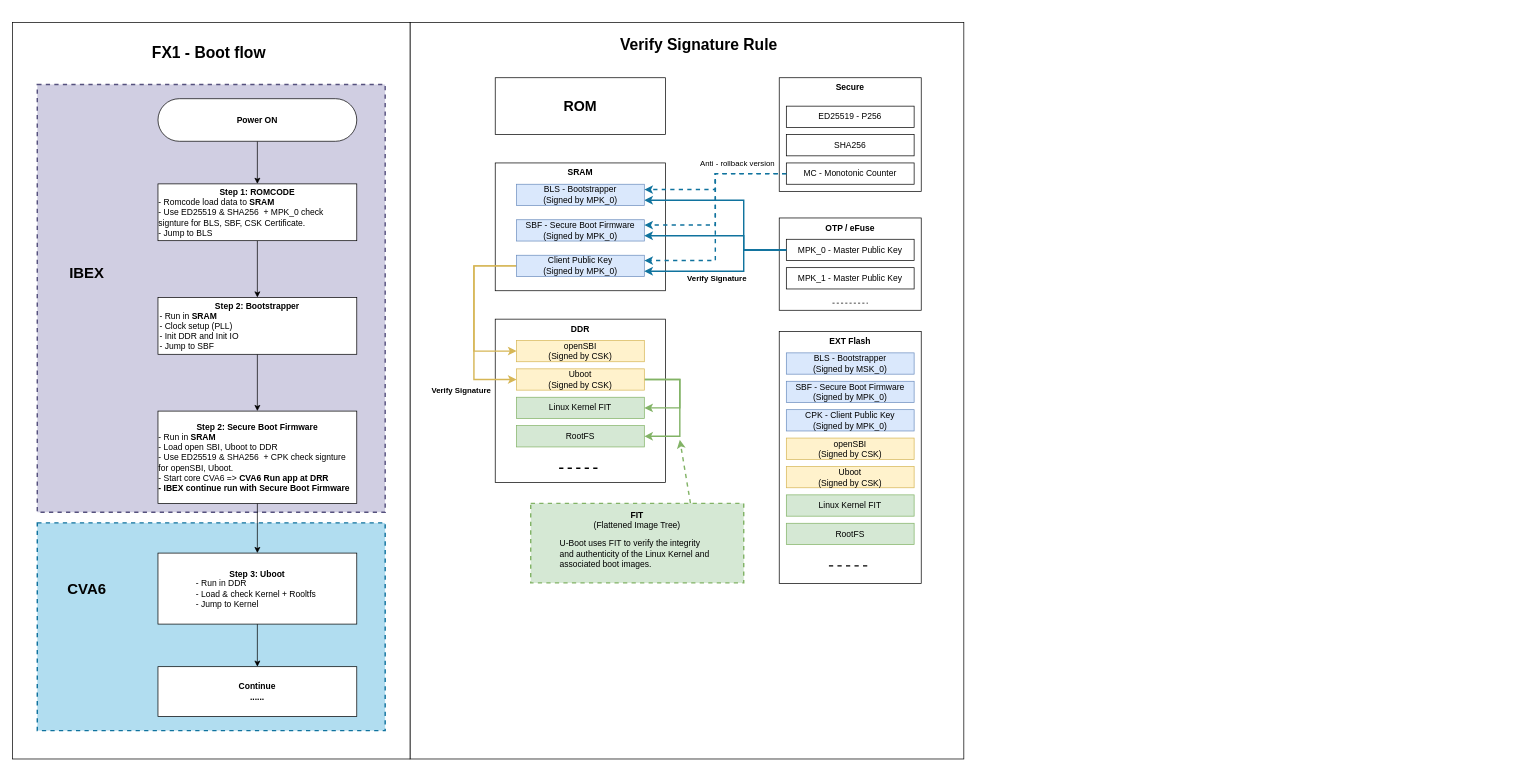
This is Fx1_diagram/Fx1_diagram.drawio from QuocBuu/drawio, a draw.io file, before an edit. Source tidied: cells renumbered, new cells numbered last; positions are measured from the earlier drawing's top-left corner, leaving out a move shared by most shapes. Both pictures are drawn from the tidied source at 71%, with x=0, y=0 at pixel (12, 22).
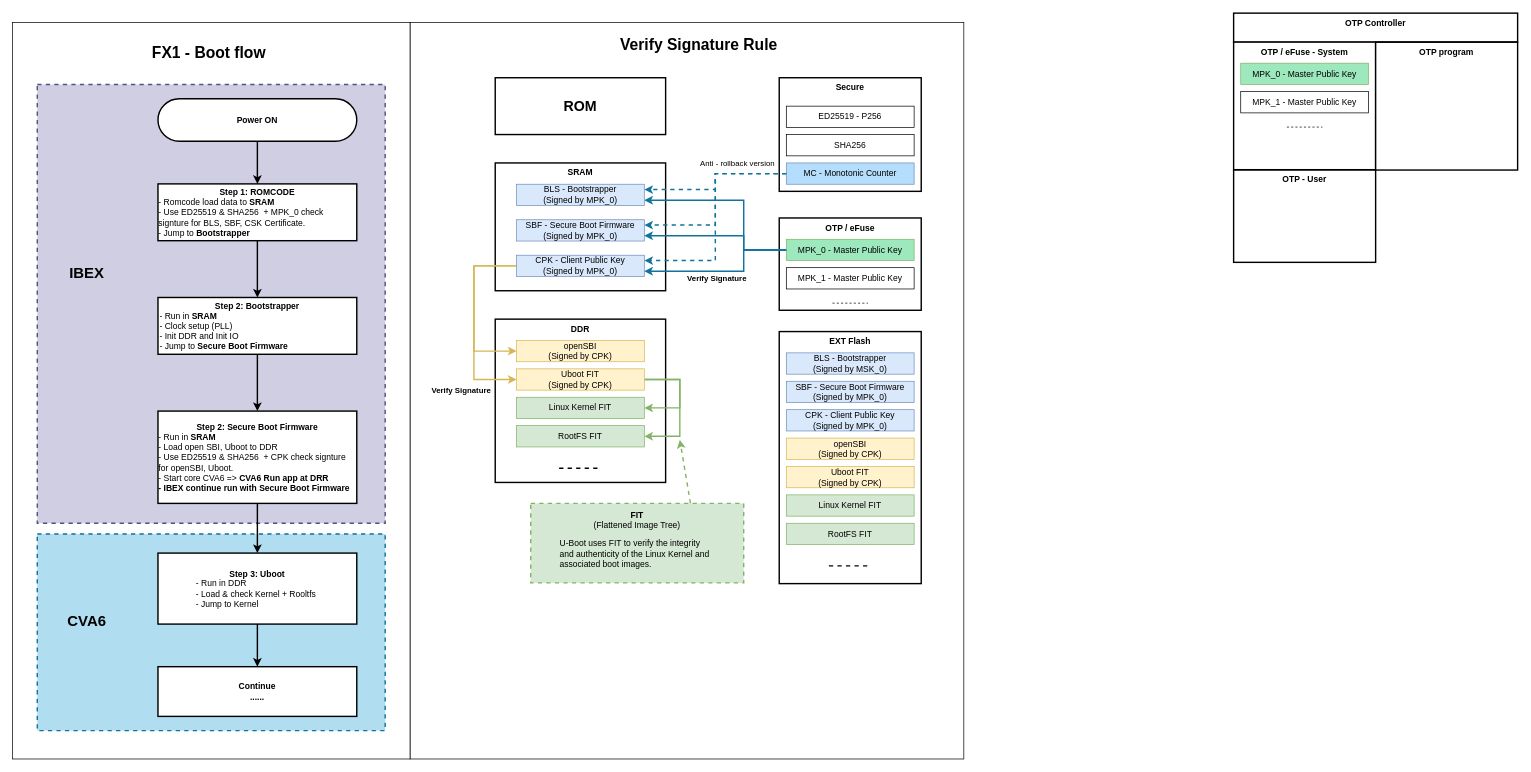
After the change.

Diff of the diagram source:
```diff
@@
-    <mxCell id="4" value="&lt;b&gt;DDR&lt;/b&gt;" style="rounded=0;whiteSpace=wrap;html=1;verticalAlign=top;" parent="1" vertex="1">
+    <mxCell id="4" value="&lt;b&gt;DDR&lt;/b&gt;" style="rounded=0;whiteSpace=wrap;html=1;verticalAlign=top;strokeWidth=2;" parent="1" vertex="1">
       <mxGeometry x="680" y="418" width="240" height="230" as="geometry" />
     </mxCell>
     <mxCell id="5" style="rounded=0;whiteSpace=wrap;html=1;dashed=1;strokeWidth=2;fillColor=#b1ddf0;strokeColor=#10739e;" parent="1" vertex="1">
-      <mxGeometry x="35" y="705" width="490" height="292.5" as="geometry" />
+      <mxGeometry x="35" y="720.5" width="490" height="277" as="geometry" />
     </mxCell>
     <mxCell id="6" style="rounded=0;whiteSpace=wrap;html=1;dashed=1;strokeWidth=2;fillColor=#d0cee2;strokeColor=#56517e;" parent="1" vertex="1">
-      <mxGeometry x="35" y="87.5" width="490" height="602.5" as="geometry" />
+      <mxGeometry x="35" y="87.5" width="490" height="618" as="geometry" />
     </mxCell>
-    <mxCell id="7" value="&lt;b&gt;&lt;font style=&quot;font-size: 20px;&quot;&gt;ROM&lt;/font&gt;&lt;/b&gt;" style="rounded=0;whiteSpace=wrap;html=1;" parent="1" vertex="1">
+    <mxCell id="7" value="&lt;b&gt;&lt;font style=&quot;font-size: 20px;&quot;&gt;ROM&lt;/font&gt;&lt;/b&gt;" style="rounded=0;whiteSpace=wrap;html=1;strokeWidth=2;" parent="1" vertex="1">
       <mxGeometry x="680" y="78" width="240" height="80" as="geometry" />
     </mxCell>
-    <mxCell id="8" value="&lt;b&gt;SRAM&lt;/b&gt;" style="rounded=0;whiteSpace=wrap;html=1;verticalAlign=top;" parent="1" vertex="1">
+    <mxCell id="8" value="&lt;b&gt;SRAM&lt;/b&gt;" style="rounded=0;whiteSpace=wrap;html=1;verticalAlign=top;strokeWidth=2;" parent="1" vertex="1">
       <mxGeometry x="680" y="198" width="240" height="180" as="geometry" />
     </mxCell>
-    <mxCell id="9" value="&lt;div style=&quot;&quot;&gt;&lt;span style=&quot;background-color: transparent; color: light-dark(#000000, var(--ge-light-color, #ffffff));&quot;&gt;&lt;b&gt;EXT Flash&lt;/b&gt;&lt;/span&gt;&lt;/div&gt;" style="rounded=0;whiteSpace=wrap;html=1;align=center;verticalAlign=top;" parent="1" vertex="1">
+    <mxCell id="9" value="&lt;div style=&quot;&quot;&gt;&lt;span style=&quot;background-color: transparent; color: light-dark(#000000, var(--ge-light-color, #ffffff));&quot;&gt;&lt;b&gt;EXT Flash&lt;/b&gt;&lt;/span&gt;&lt;/div&gt;" style="rounded=0;whiteSpace=wrap;html=1;align=center;verticalAlign=top;strokeWidth=2;" parent="1" vertex="1">
       <mxGeometry x="1080" y="435.5" width="200" height="355" as="geometry" />
     </mxCell>
-    <mxCell id="10" value="&lt;div style=&quot;&quot;&gt;&lt;b&gt;OTP / eFuse&lt;/b&gt;&lt;/div&gt;" style="rounded=0;whiteSpace=wrap;html=1;align=center;verticalAlign=top;" parent="1" vertex="1">
+    <mxCell id="10" value="&lt;div style=&quot;&quot;&gt;&lt;b&gt;OTP / eFuse&lt;/b&gt;&lt;/div&gt;" style="rounded=0;whiteSpace=wrap;html=1;align=center;verticalAlign=top;strokeWidth=2;" parent="1" vertex="1">
       <mxGeometry x="1080" y="275.5" width="200" height="130" as="geometry" />
     </mxCell>
@@
-    <mxCell id="12" value="MPK_0 - Master Public Key" style="rounded=0;whiteSpace=wrap;html=1;" parent="1" vertex="1">
+    <mxCell id="12" value="MPK_0 - Master Public Key" style="rounded=0;whiteSpace=wrap;html=1;fillColor=#9DE8BD;strokeColor=#82b366;" parent="1" vertex="1">
       <mxGeometry x="1090" y="305.5" width="180" height="30" as="geometry" />
     </mxCell>
@@
-    <mxCell id="16" value="openSBI &lt;br&gt;&lt;span style=&quot;background-color: transparent;&quot;&gt;(&lt;/span&gt;Signed by CSK&lt;span style=&quot;background-color: transparent;&quot;&gt;)&lt;/span&gt;" style="rounded=0;whiteSpace=wrap;html=1;fillColor=#fff2cc;strokeColor=#d6b656;" parent="1" vertex="1">
+    <mxCell id="16" value="openSBI &lt;br&gt;&lt;span style=&quot;background-color: transparent;&quot;&gt;(&lt;/span&gt;Signed by CPK&lt;span style=&quot;background-color: transparent;&quot;&gt;)&lt;/span&gt;" style="rounded=0;whiteSpace=wrap;html=1;fillColor=#fff2cc;strokeColor=#d6b656;" parent="1" vertex="1">
       <mxGeometry x="1090" y="585.5" width="180" height="30" as="geometry" />
     </mxCell>
-    <mxCell id="17" value="&lt;div style=&quot;&quot;&gt;&lt;b&gt;Secure&lt;/b&gt;&lt;/div&gt;" style="rounded=0;whiteSpace=wrap;html=1;align=center;verticalAlign=top;" parent="1" vertex="1">
+    <mxCell id="17" value="&lt;div style=&quot;&quot;&gt;&lt;b&gt;Secure&lt;/b&gt;&lt;/div&gt;" style="rounded=0;whiteSpace=wrap;html=1;align=center;verticalAlign=top;strokeWidth=2;" parent="1" vertex="1">
       <mxGeometry x="1080" y="78" width="200" height="160" as="geometry" />
     </mxCell>
@@
-    <mxCell id="21" value="Uboot&lt;br&gt;&lt;span style=&quot;background-color: transparent;&quot;&gt;(&lt;/span&gt;Signed by CSK&lt;span style=&quot;background-color: transparent;&quot;&gt;)&lt;/span&gt;" style="rounded=0;whiteSpace=wrap;html=1;fillColor=#fff2cc;strokeColor=#d6b656;" parent="1" vertex="1">
+    <mxCell id="21" value="Uboot FIT&lt;br&gt;&lt;span style=&quot;background-color: transparent;&quot;&gt;(&lt;/span&gt;Signed by CPK&lt;span style=&quot;background-color: transparent;&quot;&gt;)&lt;/span&gt;" style="rounded=0;whiteSpace=wrap;html=1;fillColor=#fff2cc;strokeColor=#d6b656;" parent="1" vertex="1">
       <mxGeometry x="1090" y="625.5" width="180" height="30" as="geometry" />
     </mxCell>
@@
-    <mxCell id="24" value="RootFS" style="rounded=0;whiteSpace=wrap;html=1;fillColor=#d5e8d4;strokeColor=#82b366;" parent="1" vertex="1">
+    <mxCell id="24" value="RootFS FIT" style="rounded=0;whiteSpace=wrap;html=1;fillColor=#d5e8d4;strokeColor=#82b366;" parent="1" vertex="1">
       <mxGeometry x="1090" y="705.5" width="180" height="30" as="geometry" />
     </mxCell>
@@
-    <mxCell id="29" value="Client Public Key&lt;span style=&quot;background-color: transparent; color: light-dark(#000000, var(--ge-light-color, #ffffff));&quot;&gt;&lt;br&gt;(&lt;/span&gt;Signed by MPK_0&lt;span style=&quot;background-color: transparent; color: light-dark(#000000, var(--ge-light-color, #ffffff));&quot;&gt;)&lt;/span&gt;" style="rounded=0;whiteSpace=wrap;html=1;fillColor=#dae8fc;strokeColor=#6c8ebf;" parent="1" vertex="1">
+    <mxCell id="29" value="CPK - Client Public Key&lt;span style=&quot;background-color: transparent; color: light-dark(#000000, var(--ge-light-color, #ffffff));&quot;&gt;&lt;br&gt;(&lt;/span&gt;Signed by MPK_0&lt;span style=&quot;background-color: transparent; color: light-dark(#000000, var(--ge-light-color, #ffffff));&quot;&gt;)&lt;/span&gt;" style="rounded=0;whiteSpace=wrap;html=1;fillColor=#dae8fc;strokeColor=#6c8ebf;" parent="1" vertex="1">
       <mxGeometry x="710" y="328" width="180" height="30" as="geometry" />
     </mxCell>
-    <mxCell id="30" style="edgeStyle=orthogonalEdgeStyle;rounded=0;jettySize=auto;html=1;defaultLabelBackgroundColor=page;labelPadding=0 4;" parent="1" edge="1" source="31" target="35">
+    <mxCell id="30" style="edgeStyle=orthogonalEdgeStyle;rounded=0;jettySize=auto;html=1;defaultLabelBackgroundColor=page;labelPadding=0 4;strokeWidth=2;" parent="1" edge="1" source="31" target="35">
       <mxGeometry relative="1" as="geometry" />
     </mxCell>
-    <mxCell id="31" value="&lt;b&gt;Step 1: ROMCODE&lt;br&gt;&lt;/b&gt;&lt;div style=&quot;text-align: left;&quot;&gt;&lt;span style=&quot;background-color: transparent; color: light-dark(#000000, var(--ge-light-color, #ffffff));&quot;&gt;- Romcode load data to &lt;b&gt;SRAM&lt;/b&gt;&lt;/span&gt;&lt;/div&gt;&lt;div style=&quot;text-align: left;&quot;&gt;&lt;span style=&quot;background-color: transparent; color: light-dark(#000000, var(--ge-light-color, #ffffff));&quot;&gt;- Use ED25519 &amp;amp; SHA256&amp;nbsp; + MPK_0 check signture for BLS, SBF, CSK&amp;nbsp;&lt;/span&gt;&lt;span style=&quot;background-color: transparent; color: light-dark(#000000, var(--ge-light-color, #ffffff)); text-align: center;&quot;&gt;Certificate.&amp;nbsp;&lt;br&gt;- Jump to BLS&lt;/span&gt;&lt;/div&gt;" style="rounded=0;whiteSpace=wrap;html=1;" parent="1" vertex="1">
+    <mxCell id="31" value="&lt;b&gt;Step 1: ROMCODE&lt;br&gt;&lt;/b&gt;&lt;div style=&quot;text-align: left;&quot;&gt;&lt;span style=&quot;background-color: transparent; color: light-dark(#000000, var(--ge-light-color, #ffffff));&quot;&gt;- Romcode load data to &lt;b&gt;SRAM&lt;/b&gt;&lt;/span&gt;&lt;/div&gt;&lt;div style=&quot;text-align: left;&quot;&gt;&lt;span style=&quot;background-color: transparent; color: light-dark(#000000, var(--ge-light-color, #ffffff));&quot;&gt;- Use ED25519 &amp;amp; SHA256&amp;nbsp; + MPK_0 check signture for BLS, SBF, CSK&amp;nbsp;&lt;/span&gt;&lt;span style=&quot;background-color: transparent; color: light-dark(#000000, var(--ge-light-color, #ffffff)); text-align: center;&quot;&gt;Certificate.&amp;nbsp;&lt;br&gt;- Jump to&amp;nbsp;&lt;/span&gt;&lt;span style=&quot;background-color: transparent; text-align: center;&quot;&gt;&lt;b&gt;Bootstrapper&lt;/b&gt;&lt;/span&gt;&lt;/div&gt;" style="rounded=0;whiteSpace=wrap;html=1;strokeWidth=2;" parent="1" vertex="1">
       <mxGeometry x="205" y="227.5" width="280" height="80" as="geometry" />
     </mxCell>
-    <mxCell id="32" style="edgeStyle=orthogonalEdgeStyle;rounded=0;jettySize=auto;html=1;defaultLabelBackgroundColor=page;labelPadding=0 4;" parent="1" edge="1" source="33" target="31">
+    <mxCell id="32" style="edgeStyle=orthogonalEdgeStyle;rounded=0;jettySize=auto;html=1;defaultLabelBackgroundColor=page;labelPadding=0 4;strokeWidth=2;" parent="1" edge="1" source="33" target="31">
       <mxGeometry relative="1" as="geometry" />
     </mxCell>
-    <mxCell id="33" value="&lt;b&gt;Power ON&lt;/b&gt;" style="rounded=1;whiteSpace=wrap;html=1;roundedPerimeter=1;arcSize=50;" parent="1" vertex="1">
+    <mxCell id="33" value="&lt;b&gt;Power ON&lt;/b&gt;" style="rounded=1;whiteSpace=wrap;html=1;roundedPerimeter=1;arcSize=50;strokeWidth=2;" parent="1" vertex="1">
       <mxGeometry x="205" y="107.5" width="280" height="60" as="geometry" />
     </mxCell>
-    <mxCell id="34" style="edgeStyle=orthogonalEdgeStyle;rounded=0;jettySize=auto;html=1;defaultLabelBackgroundColor=page;labelPadding=0 4;" parent="1" edge="1" source="35" target="37">
+    <mxCell id="34" style="edgeStyle=orthogonalEdgeStyle;rounded=0;jettySize=auto;html=1;defaultLabelBackgroundColor=page;labelPadding=0 4;strokeWidth=2;" parent="1" edge="1" source="35" target="37">
       <mxGeometry relative="1" as="geometry" />
     </mxCell>
-    <mxCell id="35" value="&lt;b&gt;Step 2: Bootstrapper&lt;/b&gt;&lt;br&gt;&lt;div style=&quot;text-align: left;&quot;&gt;&lt;span style=&quot;background-color: transparent; color: light-dark(#000000, var(--ge-light-color, #ffffff));&quot;&gt;- Run in &lt;b&gt;SRAM&lt;/b&gt;&lt;/span&gt;&lt;br&gt;&lt;span style=&quot;background-color: transparent; color: light-dark(#000000, var(--ge-light-color, #ffffff));&quot;&gt;- Clock setup (PLL)&lt;/span&gt;&lt;br&gt;&lt;span style=&quot;background-color: transparent; color: light-dark(#000000, var(--ge-light-color, #ffffff));&quot;&gt;- Init DDR and Init IO&amp;nbsp; &amp;nbsp; &amp;nbsp; &amp;nbsp; &amp;nbsp; &amp;nbsp; &amp;nbsp; &amp;nbsp; &amp;nbsp; &amp;nbsp; &amp;nbsp; &amp;nbsp; &amp;nbsp; &amp;nbsp; &amp;nbsp; &amp;nbsp; &amp;nbsp; &amp;nbsp; &amp;nbsp; &amp;nbsp; &amp;nbsp; &amp;nbsp; &amp;nbsp; &amp;nbsp; &amp;nbsp;&lt;/span&gt;&lt;br&gt;&lt;span style=&quot;background-color: transparent; color: light-dark(#000000, var(--ge-light-color, #ffffff));&quot;&gt;- Jump to SBF&lt;/span&gt;&lt;/div&gt;" style="rounded=0;whiteSpace=wrap;html=1;" parent="1" vertex="1">
+    <mxCell id="35" value="&lt;b&gt;Step 2: Bootstrapper&lt;/b&gt;&lt;br&gt;&lt;div style=&quot;text-align: left;&quot;&gt;&lt;span style=&quot;background-color: transparent; color: light-dark(#000000, var(--ge-light-color, #ffffff));&quot;&gt;- Run in &lt;b&gt;SRAM&lt;/b&gt;&lt;/span&gt;&lt;br&gt;&lt;span style=&quot;background-color: transparent; color: light-dark(#000000, var(--ge-light-color, #ffffff));&quot;&gt;- Clock setup (PLL)&lt;/span&gt;&lt;br&gt;&lt;span style=&quot;background-color: transparent; color: light-dark(#000000, var(--ge-light-color, #ffffff));&quot;&gt;- Init DDR and Init IO&amp;nbsp; &amp;nbsp; &amp;nbsp; &amp;nbsp; &amp;nbsp; &amp;nbsp; &amp;nbsp; &amp;nbsp; &amp;nbsp; &amp;nbsp; &amp;nbsp; &amp;nbsp; &amp;nbsp; &amp;nbsp; &amp;nbsp; &amp;nbsp; &amp;nbsp; &amp;nbsp; &amp;nbsp; &amp;nbsp; &amp;nbsp; &amp;nbsp; &amp;nbsp; &amp;nbsp; &amp;nbsp;&lt;/span&gt;&lt;br&gt;&lt;span style=&quot;background-color: transparent; color: light-dark(#000000, var(--ge-light-color, #ffffff));&quot;&gt;- Jump to&amp;nbsp;&lt;/span&gt;&lt;span style=&quot;background-color: transparent; text-align: center;&quot;&gt;&lt;b&gt;Secure Boot Firmware&lt;/b&gt;&lt;/span&gt;&lt;/div&gt;" style="rounded=0;whiteSpace=wrap;html=1;strokeWidth=2;" parent="1" vertex="1">
       <mxGeometry x="205" y="387.5" width="280" height="80" as="geometry" />
     </mxCell>
-    <mxCell id="36" style="edgeStyle=orthogonalEdgeStyle;rounded=0;jettySize=auto;html=1;defaultLabelBackgroundColor=page;labelPadding=0 4;" parent="1" edge="1" source="37" target="40">
+    <mxCell id="36" style="edgeStyle=orthogonalEdgeStyle;rounded=0;jettySize=auto;html=1;defaultLabelBackgroundColor=page;labelPadding=0 4;strokeWidth=2;" parent="1" edge="1" source="37" target="40">
       <mxGeometry relative="1" as="geometry" />
     </mxCell>
-    <mxCell id="37" value="&lt;b&gt;Step 2: Secure Boot Firmware&lt;/b&gt;&lt;div&gt;&lt;div style=&quot;text-align: left;&quot;&gt;- Run in &lt;b&gt;SRAM&lt;/b&gt;&lt;br&gt;- Load open SBI, Uboot to DDR&lt;br&gt;-&amp;nbsp;&lt;span style=&quot;background-color: transparent; color: light-dark(#000000, var(--ge-light-color, #ffffff));&quot;&gt;Use ED25519 &amp;amp; SHA256&amp;nbsp; + CPK check&amp;nbsp;&lt;/span&gt;signture &lt;span style=&quot;background-color: transparent; color: light-dark(#000000, var(--ge-light-color, #ffffff));&quot;&gt;for openSBI, Uboot.&lt;br&gt;- Start core CVA6 =&amp;gt; &lt;b&gt;CVA6 Run app at DRR&lt;/b&gt;&lt;br&gt;&lt;b&gt;- IBEX continue run with&amp;nbsp;&lt;/b&gt;&lt;/span&gt;&lt;b style=&quot;background-color: transparent; color: light-dark(#000000, var(--ge-light-color, #ffffff)); text-align: center;&quot;&gt;Secure Boot Firmware&lt;/b&gt;&lt;/div&gt;&lt;/div&gt;" style="rounded=0;whiteSpace=wrap;html=1;" parent="1" vertex="1">
+    <mxCell id="37" value="&lt;b&gt;Step 2: Secure Boot Firmware&lt;/b&gt;&lt;div&gt;&lt;div style=&quot;text-align: left;&quot;&gt;- Run in &lt;b&gt;SRAM&lt;/b&gt;&lt;br&gt;- Load open SBI, Uboot to DDR&lt;br&gt;-&amp;nbsp;&lt;span style=&quot;background-color: transparent; color: light-dark(#000000, var(--ge-light-color, #ffffff));&quot;&gt;Use ED25519 &amp;amp; SHA256&amp;nbsp; + CPK check&amp;nbsp;&lt;/span&gt;signture &lt;span style=&quot;background-color: transparent; color: light-dark(#000000, var(--ge-light-color, #ffffff));&quot;&gt;for openSBI, Uboot.&lt;br&gt;- Start core CVA6 =&amp;gt; &lt;b&gt;CVA6 Run app at DRR&lt;/b&gt;&lt;br&gt;&lt;b&gt;- IBEX continue run with&amp;nbsp;&lt;/b&gt;&lt;/span&gt;&lt;b style=&quot;background-color: transparent; color: light-dark(#000000, var(--ge-light-color, #ffffff)); text-align: center;&quot;&gt;Secure Boot Firmware&lt;/b&gt;&lt;/div&gt;&lt;/div&gt;" style="rounded=0;whiteSpace=wrap;html=1;strokeWidth=2;" parent="1" vertex="1">
       <mxGeometry x="205" y="547.5" width="280" height="130" as="geometry" />
     </mxCell>
@@
-    <mxCell id="39" style="edgeStyle=orthogonalEdgeStyle;rounded=0;jettySize=auto;html=1;defaultLabelBackgroundColor=page;labelPadding=0 4;" parent="1" edge="1" source="40" target="42">
+    <mxCell id="39" style="edgeStyle=orthogonalEdgeStyle;rounded=0;jettySize=auto;html=1;defaultLabelBackgroundColor=page;labelPadding=0 4;strokeWidth=2;" parent="1" edge="1" source="40" target="42">
       <mxGeometry relative="1" as="geometry" />
     </mxCell>
-    <mxCell id="40" value="&lt;b&gt;Step 3: Uboot&lt;/b&gt;&lt;div&gt;&lt;div style=&quot;text-align: left;&quot;&gt;- Run in DDR&lt;br&gt;- Load &amp;amp; check Kernel + Rooltfs&amp;nbsp;&lt;br&gt;- Jump to Kernel&lt;/div&gt;&lt;/div&gt;" style="rounded=0;whiteSpace=wrap;html=1;" parent="1" vertex="1">
+    <mxCell id="40" value="&lt;b&gt;Step 3: Uboot&lt;/b&gt;&lt;div&gt;&lt;div style=&quot;text-align: left;&quot;&gt;- Run in DDR&lt;br&gt;- Load &amp;amp; check Kernel + Rooltfs&amp;nbsp;&lt;br&gt;- Jump to Kernel&lt;/div&gt;&lt;/div&gt;" style="rounded=0;whiteSpace=wrap;html=1;strokeWidth=2;" parent="1" vertex="1">
       <mxGeometry x="205" y="747.5" width="280" height="100" as="geometry" />
     </mxCell>
     <mxCell id="41" value="&lt;span style=&quot;font-size: 21px;&quot;&gt;&lt;b&gt;CVA6&lt;/b&gt;&lt;/span&gt;" style="text;html=1;whiteSpace=wrap;strokeColor=none;fillColor=none;align=center;verticalAlign=middle;rounded=0;" parent="1" vertex="1">
-      <mxGeometry x="75" y="782.5" width="60" height="30" as="geometry" />
+      <mxGeometry x="75" y="828" width="60" height="30" as="geometry" />
     </mxCell>
-    <mxCell id="42" value="&lt;b&gt;Continue&lt;br&gt;......&lt;/b&gt;" style="rounded=0;whiteSpace=wrap;html=1;" parent="1" vertex="1">
+    <mxCell id="42" value="&lt;b&gt;Continue&lt;br&gt;......&lt;/b&gt;" style="rounded=0;whiteSpace=wrap;html=1;strokeWidth=2;" parent="1" vertex="1">
       <mxGeometry x="205" y="907.5" width="280" height="70" as="geometry" />
     </mxCell>
-    <mxCell id="43" value="openSBI &lt;br&gt;&lt;span style=&quot;background-color: transparent;&quot;&gt;(&lt;/span&gt;Signed by CSK&lt;span style=&quot;background-color: transparent;&quot;&gt;)&lt;/span&gt;" style="rounded=0;whiteSpace=wrap;html=1;fillColor=#fff2cc;strokeColor=#d6b656;" parent="1" vertex="1">
+    <mxCell id="43" value="openSBI &lt;br&gt;&lt;span style=&quot;background-color: transparent;&quot;&gt;(&lt;/span&gt;Signed by CPK&lt;span style=&quot;background-color: transparent;&quot;&gt;)&lt;/span&gt;" style="rounded=0;whiteSpace=wrap;html=1;fillColor=#fff2cc;strokeColor=#d6b656;" parent="1" vertex="1">
       <mxGeometry x="710" y="448" width="180" height="30" as="geometry" />
     </mxCell>
@@
-    <mxCell id="46" value="Uboot&lt;br&gt;&lt;span style=&quot;background-color: transparent;&quot;&gt;(&lt;/span&gt;Signed by CSK&lt;span style=&quot;background-color: transparent;&quot;&gt;)&lt;/span&gt;" style="rounded=0;whiteSpace=wrap;html=1;fillColor=#fff2cc;strokeColor=#d6b656;" parent="1" vertex="1">
+    <mxCell id="46" value="Uboot FIT&lt;br&gt;&lt;span style=&quot;background-color: transparent;&quot;&gt;(&lt;/span&gt;Signed by CPK&lt;span style=&quot;background-color: transparent;&quot;&gt;)&lt;/span&gt;" style="rounded=0;whiteSpace=wrap;html=1;fillColor=#fff2cc;strokeColor=#d6b656;" parent="1" vertex="1">
       <mxGeometry x="710" y="488" width="180" height="30" as="geometry" />
     </mxCell>
@@
-    <mxCell id="48" value="RootFS" style="rounded=0;whiteSpace=wrap;html=1;fillColor=#d5e8d4;strokeColor=#82b366;" parent="1" vertex="1">
+    <mxCell id="48" value="RootFS FIT" style="rounded=0;whiteSpace=wrap;html=1;fillColor=#d5e8d4;strokeColor=#82b366;" parent="1" vertex="1">
       <mxGeometry x="710" y="568" width="180" height="30" as="geometry" />
     </mxCell>
@@
-    <mxCell id="52" value="MC -&amp;nbsp;Monotonic Counter" style="rounded=0;whiteSpace=wrap;html=1;" parent="1" vertex="1">
+    <mxCell id="52" value="MC -&amp;nbsp;Monotonic Counter" style="rounded=0;whiteSpace=wrap;html=1;fillColor=#B5DDFC;strokeColor=#6c8ebf;" parent="1" vertex="1">
       <mxGeometry x="1090" y="198" width="180" height="30" as="geometry" />
     </mxCell>
@@
+    <mxCell id="64" value="&lt;div style=&quot;&quot;&gt;&lt;b&gt;OTP / eFuse - System&lt;/b&gt;&lt;/div&gt;" style="rounded=0;whiteSpace=wrap;html=1;align=center;verticalAlign=top;strokeWidth=2;" parent="1" vertex="1">
+      <mxGeometry x="1720" y="27.5" width="200" height="180" as="geometry" />
+    </mxCell>
+    <mxCell id="65" value="MPK_0 - Master Public Key" style="rounded=0;whiteSpace=wrap;html=1;fillColor=#9DE8BD;strokeColor=#82b366;" parent="1" vertex="1">
+      <mxGeometry x="1730" y="57.5" width="180" height="30" as="geometry" />
+    </mxCell>
+    <mxCell id="66" value="MPK_1 - Master Public Key" style="rounded=0;whiteSpace=wrap;html=1;" parent="1" vertex="1">
+      <mxGeometry x="1730" y="97.5" width="180" height="30" as="geometry" />
+    </mxCell>
+    <mxCell id="67" style="endArrow=none;dashed=1;html=1;rounded=0;defaultLabelBackgroundColor=page;labelPadding=0 4;" parent="1" edge="1">
+      <mxGeometry relative="1" as="geometry">
+        <mxPoint x="1795" y="147.5" as="sourcePoint" />
+        <mxPoint x="1845" y="147.5" as="targetPoint" />
+      </mxGeometry>
+    </mxCell>
+    <mxCell id="68" value="&lt;div style=&quot;&quot;&gt;&lt;b&gt;OTP - User&lt;/b&gt;&lt;/div&gt;" style="rounded=0;whiteSpace=wrap;html=1;align=center;verticalAlign=top;strokeWidth=2;" parent="1" vertex="1">
+      <mxGeometry x="1720" y="208" width="200" height="130" as="geometry" />
+    </mxCell>
+    <mxCell id="69" value="&lt;div style=&quot;&quot;&gt;&lt;b&gt;OTP Controller&lt;/b&gt;&lt;/div&gt;" style="rounded=0;whiteSpace=wrap;html=1;align=center;verticalAlign=top;strokeWidth=2;" parent="1" vertex="1">
+      <mxGeometry x="1720" y="-13" width="400" height="40.5" as="geometry" />
+    </mxCell>
+    <mxCell id="70" value="&lt;div style=&quot;&quot;&gt;&lt;b&gt;OTP program&lt;/b&gt;&lt;/div&gt;" style="rounded=0;whiteSpace=wrap;html=1;align=center;verticalAlign=top;strokeWidth=2;" parent="1" vertex="1">
+      <mxGeometry x="1920" y="28" width="200" height="180" as="geometry" />
+    </mxCell>
```
